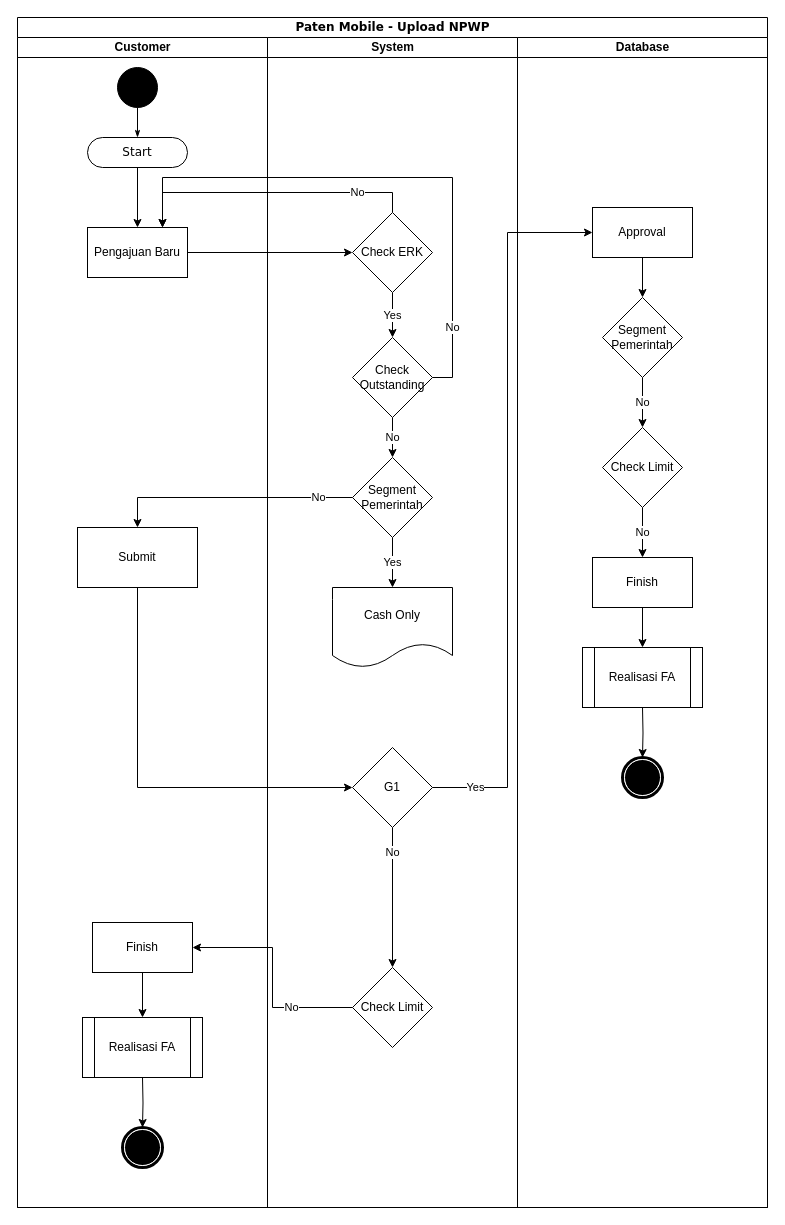
Earlier version of the draw.io diagram page "Npwp" (1 of 2) of BP Paten Mobile Improvement.drawio (muhamadfarkhan/system-analyst). Source tidied: cells renumbered, new cells numbered last; positions are measured from the earlier drawing's top-left corner, leaving out a move shared by most shapes. Both pictures are drawn from the tidied source at 100%, with x=0, y=0 at pixel (17, 17).
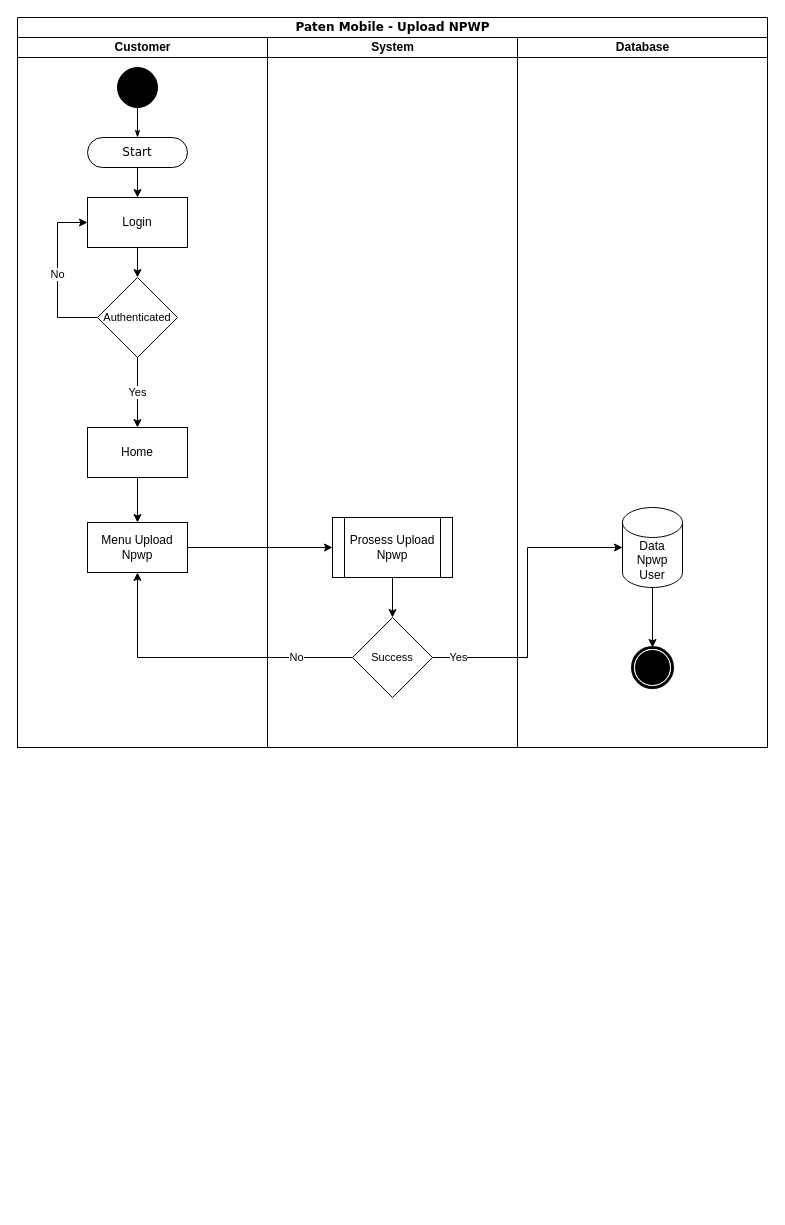
Above is the later version.

Unchanged cells that the change refers to:
```xml
<mxCell id="6" value="Start" style="rounded=1;whiteSpace=wrap;html=1;shadow=0;comic=0;labelBackgroundColor=none;strokeWidth=1;fontFamily=Verdana;fontSize=12;align=center;arcSize=50;" parent="3" vertex="1">
  <mxGeometry x="70" y="100" width="100" height="30" as="geometry" />
</mxCell>
```

What changed in the source:
```diff
@@
     <mxCell id="2" value="Paten Mobile - Upload NPWP" style="swimlane;html=1;startSize=20;rounded=0;shadow=0;comic=0;labelBackgroundColor=none;strokeWidth=1;fontFamily=Verdana;fontSize=12;align=center;" parent="1" vertex="1">
-      <mxGeometry width="750" height="1190" as="geometry" />
+      <mxGeometry width="750" height="730" as="geometry" />
     </mxCell>
     <mxCell id="3" value="Customer" style="swimlane;html=1;startSize=20;" parent="2" vertex="1">
-      <mxGeometry y="20" width="250" height="1170" as="geometry" />
+      <mxGeometry y="20" width="250" height="710" as="geometry" />
     </mxCell>
@@
-    <mxCell id="5" style="edgeStyle=orthogonalEdgeStyle;rounded=0;jettySize=auto;html=1;exitX=0.5;exitY=1;exitDx=0;exitDy=0;" parent="3" edge="1" source="6" target="8">
+    <mxCell id="5" style="edgeStyle=orthogonalEdgeStyle;rounded=0;jettySize=auto;html=1;exitX=0.5;exitY=1;exitDx=0;exitDy=0;" parent="3" edge="1" source="6" target="47">
       <mxGeometry relative="1" as="geometry" />
     </mxCell>
@@
-    <mxCell id="8" value="Pengajuan Baru" style="html=1;dashed=0;whiteSpace=wrap;" parent="3" vertex="1">
-      <mxGeometry x="70" y="190" width="100" height="50" as="geometry" />
-    </mxCell>
-    <mxCell id="9" value="Submit" style="whiteSpace=wrap;html=1;dashed=0;" parent="3" vertex="1">
-      <mxGeometry x="60" y="490" width="120" height="60" as="geometry" />
-    </mxCell>
-    <mxCell id="10" style="edgeStyle=orthogonalEdgeStyle;rounded=0;jettySize=auto;html=1;exitX=0.5;exitY=1;exitDx=0;exitDy=0;" parent="3" edge="1" source="11" target="14">
-      <mxGeometry relative="1" as="geometry" />
-    </mxCell>
-    <mxCell id="11" value="Finish" style="html=1;dashed=0;whiteSpace=wrap;" parent="3" vertex="1">
-      <mxGeometry x="75" y="885" width="100" height="50" as="geometry" />
-    </mxCell>
-    <mxCell id="12" style="shape=mxgraph.bpmn.shape;html=1;verticalLabelPosition=bottom;labelBackgroundColor=#ffffff;verticalAlign=top;perimeter=ellipsePerimeter;outline=end;symbol=terminate;rounded=0;shadow=0;comic=0;strokeWidth=1;fontFamily=Verdana;fontSize=12;align=center;" parent="3" vertex="1">
-      <mxGeometry x="105" y="1090" width="40" height="40" as="geometry" />
-    </mxCell>
-    <mxCell id="13" style="edgeStyle=orthogonalEdgeStyle;rounded=0;jettySize=auto;html=1;exitX=0.5;exitY=1;exitDx=0;exitDy=0;" parent="3" edge="1" target="12">
-      <mxGeometry relative="1" as="geometry">
-        <mxPoint x="125" y="1040" as="sourcePoint" />
-      </mxGeometry>
-    </mxCell>
-    <mxCell id="14" value="Realisasi FA" style="shape=process;whiteSpace=wrap;html=1;backgroundOutline=1;" parent="3" vertex="1">
-      <mxGeometry x="65" y="980" width="120" height="60" as="geometry" />
-    </mxCell>
+    <mxCell id="16" value="Yes" style="edgeStyle=orthogonalEdgeStyle;rounded=0;jettySize=auto;html=1;exitX=0.5;exitY=1;exitDx=0;exitDy=0;" parent="3" edge="1" source="24" target="49">
+      <mxGeometry relative="1" as="geometry" />
+    </mxCell>
+    <mxCell id="45" value="No" style="edgeStyle=orthogonalEdgeStyle;rounded=0;jettySize=auto;html=1;exitX=0;exitY=0.5;exitDx=0;exitDy=0;entryX=0;entryY=0.5;entryDx=0;entryDy=0;" parent="3" edge="1" source="24" target="47">
+      <mxGeometry relative="1" as="geometry">
+        <Array as="points">
+          <mxPoint x="40" y="280" />
+          <mxPoint x="40" y="185" />
+        </Array>
+      </mxGeometry>
+    </mxCell>
+    <mxCell id="24" value="Authenticated" style="rhombus;whiteSpace=wrap;html=1;fontSize=11;" parent="3" vertex="1">
+      <mxGeometry x="80" y="240" width="80" height="80" as="geometry" />
+    </mxCell>
+    <mxCell id="46" style="edgeStyle=orthogonalEdgeStyle;rounded=0;jettySize=auto;html=1;exitX=0.5;exitY=1;exitDx=0;exitDy=0;" parent="3" edge="1" source="47" target="24">
+      <mxGeometry relative="1" as="geometry" />
+    </mxCell>
+    <mxCell id="47" value="Login" style="html=1;dashed=0;whiteSpace=wrap;" parent="3" vertex="1">
+      <mxGeometry x="70" y="160" width="100" height="50" as="geometry" />
+    </mxCell>
+    <mxCell id="48" style="edgeStyle=orthogonalEdgeStyle;rounded=0;jettySize=auto;html=1;" parent="3" edge="1" source="49" target="50">
+      <mxGeometry relative="1" as="geometry" />
+    </mxCell>
+    <mxCell id="49" value="Home" style="html=1;dashed=0;whiteSpace=wrap;" parent="3" vertex="1">
+      <mxGeometry x="70" y="390" width="100" height="50" as="geometry" />
+    </mxCell>
+    <mxCell id="50" value="Menu Upload Npwp" style="html=1;dashed=0;whiteSpace=wrap;" parent="3" vertex="1">
+      <mxGeometry x="70" y="485" width="100" height="50" as="geometry" />
+    </mxCell>
     <mxCell id="15" value="System" style="swimlane;html=1;startSize=20;" parent="2" vertex="1">
-      <mxGeometry x="250" y="20" width="250" height="1170" as="geometry" />
+      <mxGeometry x="250" y="20" width="250" height="710" as="geometry" />
     </mxCell>
-    <mxCell id="16" value="Yes" style="edgeStyle=orthogonalEdgeStyle;rounded=0;jettySize=auto;html=1;exitX=0.5;exitY=1;exitDx=0;exitDy=0;" parent="15" edge="1" source="17" target="25">
-      <mxGeometry relative="1" as="geometry" />
-    </mxCell>
-    <mxCell id="17" value="Segment Pemerintah" style="rhombus;whiteSpace=wrap;html=1;" parent="15" vertex="1">
-      <mxGeometry x="85" y="420" width="80" height="80" as="geometry" />
-    </mxCell>
-    <mxCell id="18" value="No" style="edgeStyle=orthogonalEdgeStyle;rounded=0;jettySize=auto;html=1;exitX=0.5;exitY=1;exitDx=0;exitDy=0;entryX=0.5;entryY=0;entryDx=0;entryDy=0;" parent="15" edge="1" source="19" target="20">
-      <mxGeometry x="-0.65" relative="1" as="geometry" />
-    </mxCell>
-    <mxCell id="19" value="G1" style="rhombus;whiteSpace=wrap;html=1;" parent="15" vertex="1">
-      <mxGeometry x="85" y="710" width="80" height="80" as="geometry" />
-    </mxCell>
-    <mxCell id="20" value="Check Limit" style="rhombus;whiteSpace=wrap;html=1;" parent="15" vertex="1">
-      <mxGeometry x="85" y="930" width="80" height="80" as="geometry" />
-    </mxCell>
-    <mxCell id="21" value="No" style="edgeStyle=orthogonalEdgeStyle;rounded=0;jettySize=auto;html=1;exitX=0.5;exitY=1;exitDx=0;exitDy=0;" parent="15" edge="1" source="22" target="17">
-      <mxGeometry relative="1" as="geometry" />
-    </mxCell>
-    <mxCell id="22" value="Check Outstanding" style="rhombus;whiteSpace=wrap;html=1;" parent="15" vertex="1">
-      <mxGeometry x="85" y="300" width="80" height="80" as="geometry" />
-    </mxCell>
-    <mxCell id="23" value="Yes" style="edgeStyle=orthogonalEdgeStyle;rounded=0;jettySize=auto;html=1;exitX=0.5;exitY=1;exitDx=0;exitDy=0;entryX=0.5;entryY=0;entryDx=0;entryDy=0;" parent="15" edge="1" source="24" target="22">
-      <mxGeometry relative="1" as="geometry" />
-    </mxCell>
-    <mxCell id="24" value="Check ERK" style="rhombus;whiteSpace=wrap;html=1;" parent="15" vertex="1">
-      <mxGeometry x="85" y="175" width="80" height="80" as="geometry" />
-    </mxCell>
-    <mxCell id="25" value="Cash Only" style="shape=document;whiteSpace=wrap;html=1;boundedLbl=1;" parent="15" vertex="1">
-      <mxGeometry x="65" y="550" width="120" height="80" as="geometry" />
-    </mxCell>
-    <mxCell id="26" value="Yes" style="edgeStyle=orthogonalEdgeStyle;rounded=0;jettySize=auto;html=1;exitX=1;exitY=0.5;exitDx=0;exitDy=0;entryX=0;entryY=0.5;entryDx=0;entryDy=0;" parent="2" edge="1" source="19" target="29">
-      <mxGeometry x="-0.88" relative="1" as="geometry">
-        <Array as="points">
-          <mxPoint x="490" y="770" />
-          <mxPoint x="490" y="215" />
-        </Array>
-      </mxGeometry>
-    </mxCell>
+    <mxCell id="51" style="edgeStyle=orthogonalEdgeStyle;rounded=0;jettySize=auto;html=1;exitX=0.5;exitY=1;exitDx=0;exitDy=0;" parent="15" edge="1" source="52" target="53">
+      <mxGeometry relative="1" as="geometry" />
+    </mxCell>
+    <mxCell id="52" value="Prosess Upload Npwp" style="shape=process;whiteSpace=wrap;html=1;backgroundOutline=1;" parent="15" vertex="1">
+      <mxGeometry x="65" y="480" width="120" height="60" as="geometry" />
+    </mxCell>
+    <mxCell id="53" value="Success" style="rhombus;whiteSpace=wrap;html=1;fontSize=11;" parent="15" vertex="1">
+      <mxGeometry x="85" y="580" width="80" height="80" as="geometry" />
+    </mxCell>
     <mxCell id="27" value="Database" style="swimlane;html=1;startSize=20;" parent="2" vertex="1">
-      <mxGeometry x="500" y="20" width="250" height="1170" as="geometry" />
+      <mxGeometry x="500" y="20" width="250" height="710" as="geometry" />
     </mxCell>
-    <mxCell id="28" style="edgeStyle=orthogonalEdgeStyle;rounded=0;jettySize=auto;html=1;exitX=0.5;exitY=1;exitDx=0;exitDy=0;" parent="27" edge="1" source="29" target="31">
-      <mxGeometry relative="1" as="geometry" />
-    </mxCell>
-    <mxCell id="29" value="Approval" style="html=1;dashed=0;whiteSpace=wrap;" parent="27" vertex="1">
-      <mxGeometry x="75" y="170" width="100" height="50" as="geometry" />
-    </mxCell>
-    <mxCell id="30" value="No" style="edgeStyle=orthogonalEdgeStyle;rounded=0;jettySize=auto;html=1;exitX=0.5;exitY=1;exitDx=0;exitDy=0;" parent="27" edge="1" source="31" target="33">
-      <mxGeometry relative="1" as="geometry" />
-    </mxCell>
-    <mxCell id="31" value="Segment Pemerintah" style="rhombus;whiteSpace=wrap;html=1;" parent="27" vertex="1">
-      <mxGeometry x="85" y="260" width="80" height="80" as="geometry" />
-    </mxCell>
-    <mxCell id="32" value="No" style="edgeStyle=orthogonalEdgeStyle;rounded=0;jettySize=auto;html=1;exitX=0.5;exitY=1;exitDx=0;exitDy=0;entryX=0.5;entryY=0;entryDx=0;entryDy=0;" parent="27" edge="1" source="33" target="34">
-      <mxGeometry relative="1" as="geometry" />
-    </mxCell>
-    <mxCell id="33" value="Check Limit" style="rhombus;whiteSpace=wrap;html=1;" parent="27" vertex="1">
-      <mxGeometry x="85" y="390" width="80" height="80" as="geometry" />
-    </mxCell>
-    <mxCell id="34" value="Finish" style="html=1;dashed=0;whiteSpace=wrap;" parent="27" vertex="1">
-      <mxGeometry x="75" y="520" width="100" height="50" as="geometry" />
-    </mxCell>
     <mxCell id="35" style="shape=mxgraph.bpmn.shape;html=1;verticalLabelPosition=bottom;labelBackgroundColor=#ffffff;verticalAlign=top;perimeter=ellipsePerimeter;outline=end;symbol=terminate;rounded=0;shadow=0;comic=0;strokeWidth=1;fontFamily=Verdana;fontSize=12;align=center;" parent="27" vertex="1">
-      <mxGeometry x="105" y="720" width="40" height="40" as="geometry" />
+      <mxGeometry x="115" y="610" width="40" height="40" as="geometry" />
     </mxCell>
-    <mxCell id="36" style="edgeStyle=orthogonalEdgeStyle;rounded=0;jettySize=auto;html=1;exitX=0.5;exitY=1;exitDx=0;exitDy=0;entryX=0.5;entryY=0;entryDx=0;entryDy=0;" parent="27" edge="1" target="35">
-      <mxGeometry relative="1" as="geometry">
-        <mxPoint x="125" y="670" as="sourcePoint" />
-      </mxGeometry>
-    </mxCell>
-    <mxCell id="37" value="Realisasi FA" style="shape=process;whiteSpace=wrap;html=1;backgroundOutline=1;" parent="27" vertex="1">
-      <mxGeometry x="65" y="610" width="120" height="60" as="geometry" />
-    </mxCell>
-    <mxCell id="38" style="edgeStyle=orthogonalEdgeStyle;rounded=0;jettySize=auto;html=1;exitX=0.5;exitY=1;exitDx=0;exitDy=0;" parent="27" edge="1" source="34" target="37">
-      <mxGeometry relative="1" as="geometry" />
-    </mxCell>
-    <mxCell id="39" style="edgeStyle=orthogonalEdgeStyle;rounded=0;jettySize=auto;html=1;exitX=0.5;exitY=1;exitDx=0;exitDy=0;entryX=0;entryY=0.5;entryDx=0;entryDy=0;" parent="2" edge="1" source="9" target="19">
-      <mxGeometry relative="1" as="geometry" />
-    </mxCell>
-    <mxCell id="40" value="No" style="edgeStyle=orthogonalEdgeStyle;rounded=0;jettySize=auto;html=1;exitX=0;exitY=0.5;exitDx=0;exitDy=0;" parent="2" edge="1" source="20" target="11">
-      <mxGeometry x="-0.45" relative="1" as="geometry" />
-    </mxCell>
-    <mxCell id="41" value="No" style="edgeStyle=orthogonalEdgeStyle;rounded=0;jettySize=auto;html=1;exitX=0;exitY=0.5;exitDx=0;exitDy=0;entryX=0.5;entryY=0;entryDx=0;entryDy=0;" parent="2" edge="1" source="17" target="9">
-      <mxGeometry x="-0.73" relative="1" as="geometry">
-        <Array as="points">
-          <mxPoint x="120" y="480" />
-        </Array>
-        <mxPoint x="-1" as="offset" />
-      </mxGeometry>
-    </mxCell>
-    <mxCell id="42" style="edgeStyle=orthogonalEdgeStyle;rounded=0;jettySize=auto;html=1;exitX=1;exitY=0.5;exitDx=0;exitDy=0;" parent="2" edge="1" source="8" target="24">
-      <mxGeometry relative="1" as="geometry" />
-    </mxCell>
-    <mxCell id="43" value="No" style="edgeStyle=orthogonalEdgeStyle;rounded=0;jettySize=auto;html=1;exitX=1;exitY=0.5;exitDx=0;exitDy=0;entryX=0.75;entryY=0;entryDx=0;entryDy=0;" parent="2" edge="1" source="22" target="8">
-      <mxGeometry x="-0.75" relative="1" as="geometry">
-        <Array as="points">
-          <mxPoint x="435" y="360" />
-          <mxPoint x="435" y="160" />
-          <mxPoint x="145" y="160" />
-        </Array>
-      </mxGeometry>
-    </mxCell>
-    <mxCell id="44" value="No" style="edgeStyle=orthogonalEdgeStyle;rounded=0;jettySize=auto;html=1;exitX=0.5;exitY=0;exitDx=0;exitDy=0;entryX=0.75;entryY=0;entryDx=0;entryDy=0;" parent="2" edge="1" source="24" target="8">
-      <mxGeometry x="-0.61" relative="1" as="geometry">
-        <mxPoint x="1" as="offset" />
-      </mxGeometry>
-    </mxCell>
+    <mxCell id="54" style="edgeStyle=orthogonalEdgeStyle;rounded=0;jettySize=auto;html=1;exitX=0.5;exitY=1;exitDx=0;exitDy=0;exitPerimeter=0;" parent="27" edge="1" source="55" target="35">
+      <mxGeometry relative="1" as="geometry" />
+    </mxCell>
+    <mxCell id="55" value="Data Npwp User" style="shape=cylinder3;whiteSpace=wrap;html=1;boundedLbl=1;backgroundOutline=1;size=15;" parent="27" vertex="1">
+      <mxGeometry x="105" y="470" width="60" height="80" as="geometry" />
+    </mxCell>
+    <mxCell id="56" style="edgeStyle=orthogonalEdgeStyle;rounded=0;jettySize=auto;html=1;exitX=1;exitY=0.5;exitDx=0;exitDy=0;entryX=0;entryY=0.5;entryDx=0;entryDy=0;" parent="2" edge="1" source="50" target="52">
+      <mxGeometry relative="1" as="geometry" />
+    </mxCell>
+    <mxCell id="57" value="Yes" style="edgeStyle=orthogonalEdgeStyle;rounded=0;jettySize=auto;html=1;exitX=1;exitY=0.5;exitDx=0;exitDy=0;entryX=0;entryY=0.5;entryDx=0;entryDy=0;entryPerimeter=0;" parent="2" edge="1" source="53" target="55">
+      <mxGeometry x="-0.83" relative="1" as="geometry" />
+    </mxCell>
+    <mxCell id="58" value="No" style="edgeStyle=orthogonalEdgeStyle;rounded=0;jettySize=auto;html=1;exitX=0;exitY=0.5;exitDx=0;exitDy=0;entryX=0.5;entryY=1;entryDx=0;entryDy=0;" parent="2" edge="1" source="53" target="50">
+      <mxGeometry x="-0.63" relative="1" as="geometry" />
+    </mxCell>
```
